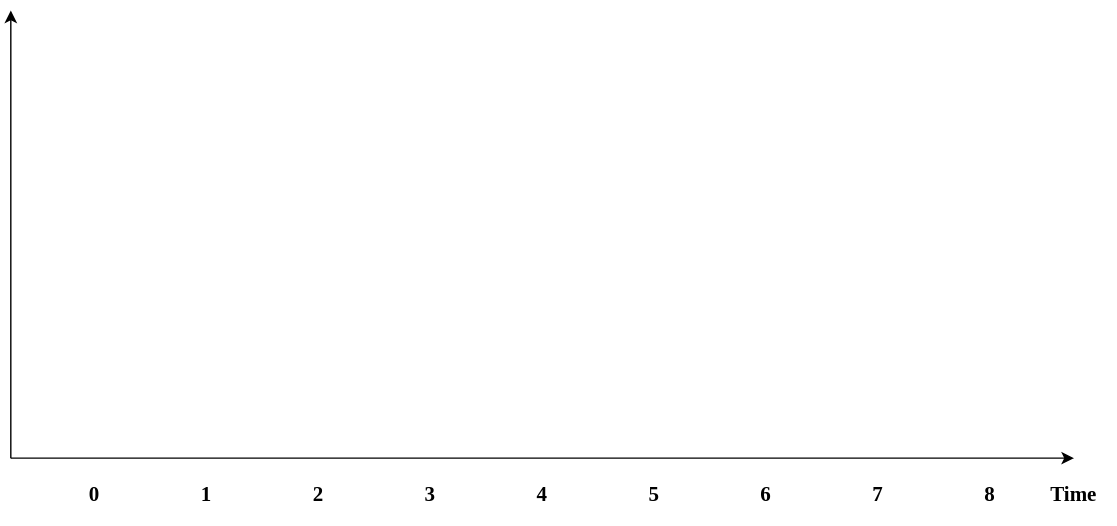
Earlier version of the draw.io export simulcast_temporal.svg (xiaosayin/c-educoder). Source tidied: cells renumbered, new cells last; positions are measured from the earlier drawing's top-left corner, leaving out a move shared by most shapes.
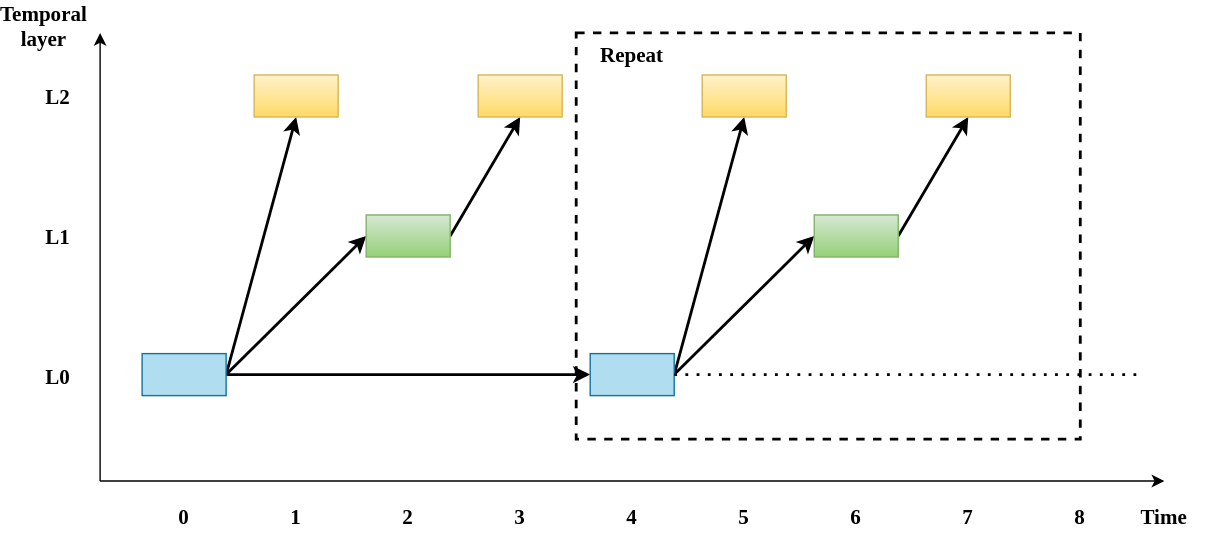
Later version of the same file.

Diff of the diagram source:
```diff
@@ -47,5 +47,73 @@
     <mxCell id="14" value="Time" style="text;html=1;strokeColor=none;fillColor=none;align=center;verticalAlign=middle;whiteSpace=wrap;rounded=0;fontFamily=Times New Roman;fontSize=15;fontColor=default;fontStyle=1;" parent="1" vertex="1">
       <mxGeometry x="730" y="330" width="60" height="30" as="geometry" />
     </mxCell>
+    <mxCell id="15" value="L0" style="text;html=1;strokeColor=none;fillColor=none;align=center;verticalAlign=middle;whiteSpace=wrap;rounded=0;fontFamily=Times New Roman;fontSize=15;fontColor=default;fontStyle=1;" parent="1" vertex="1">
+      <mxGeometry x="-60" y="230" width="60" height="30" as="geometry" />
+    </mxCell>
+    <mxCell id="16" value="L1" style="text;html=1;strokeColor=none;fillColor=none;align=center;verticalAlign=middle;whiteSpace=wrap;rounded=0;fontFamily=Times New Roman;fontSize=15;fontColor=default;fontStyle=1;" parent="1" vertex="1">
+      <mxGeometry x="-60" y="130" width="60" height="30" as="geometry" />
+    </mxCell>
+    <mxCell id="17" value="L2" style="text;html=1;strokeColor=none;fillColor=none;align=center;verticalAlign=middle;whiteSpace=wrap;rounded=0;fontFamily=Times New Roman;fontSize=15;fontColor=default;fontStyle=1;" parent="1" vertex="1">
+      <mxGeometry x="-60" y="30" width="60" height="30" as="geometry" />
+    </mxCell>
+    <mxCell id="18" value="&lt;b&gt;Temporal layer&lt;/b&gt;" style="text;html=1;strokeColor=none;fillColor=none;align=center;verticalAlign=middle;whiteSpace=wrap;rounded=0;fontFamily=Times New Roman;fontSize=15;fontColor=default;" parent="1" vertex="1">
+      <mxGeometry x="-70" y="-20" width="60" height="30" as="geometry" />
+    </mxCell>
+    <mxCell id="19" style="rounded=0;jettySize=auto;html=1;exitX=1;exitY=0.5;exitDx=0;exitDy=0;entryX=0.5;entryY=1;entryDx=0;entryDy=0;fontFamily=Times New Roman;fontSize=15;fontColor=default;strokeWidth=2;" parent="1" edge="1" source="22" target="23">
+      <mxGeometry relative="1" as="geometry" />
+    </mxCell>
+    <mxCell id="20" style="edgeStyle=none;rounded=0;jettySize=auto;html=1;exitX=1;exitY=0.5;exitDx=0;exitDy=0;entryX=0;entryY=0.5;entryDx=0;entryDy=0;strokeWidth=2;fontFamily=Times New Roman;fontSize=15;fontColor=default;" parent="1" edge="1" source="22" target="25">
+      <mxGeometry relative="1" as="geometry" />
+    </mxCell>
+    <mxCell id="21" style="edgeStyle=none;rounded=0;jettySize=auto;html=1;exitX=1;exitY=0.5;exitDx=0;exitDy=0;entryX=0;entryY=0.5;entryDx=0;entryDy=0;strokeWidth=2;fontFamily=Times New Roman;fontSize=15;fontColor=default;" parent="1" edge="1" source="22" target="29">
+      <mxGeometry relative="1" as="geometry" />
+    </mxCell>
+    <mxCell id="22" style="rounded=0;whiteSpace=wrap;html=1;fontFamily=Times New Roman;fontSize=15;fillColor=#b1ddf0;strokeColor=#10739e;" parent="1" vertex="1">
+      <mxGeometry x="30" y="229" width="60" height="30" as="geometry" />
+    </mxCell>
+    <mxCell id="23" style="rounded=0;whiteSpace=wrap;html=1;fontFamily=Times New Roman;fontSize=15;fillColor=#fff2cc;strokeColor=#d6b656;gradientColor=#ffd966;" parent="1" vertex="1">
+      <mxGeometry x="110" y="30" width="60" height="30" as="geometry" />
+    </mxCell>
+    <mxCell id="24" style="edgeStyle=none;rounded=0;jettySize=auto;html=1;exitX=1;exitY=0.5;exitDx=0;exitDy=0;entryX=0.5;entryY=1;entryDx=0;entryDy=0;strokeWidth=2;fontFamily=Times New Roman;fontSize=15;fontColor=default;" parent="1" edge="1" source="25" target="26">
+      <mxGeometry relative="1" as="geometry" />
+    </mxCell>
+    <mxCell id="25" style="rounded=0;whiteSpace=wrap;html=1;fontFamily=Times New Roman;fontSize=15;fillColor=#d5e8d4;strokeColor=#82b366;gradientColor=#97d077;" parent="1" vertex="1">
+      <mxGeometry x="190" y="130" width="60" height="30" as="geometry" />
+    </mxCell>
+    <mxCell id="26" style="rounded=0;whiteSpace=wrap;html=1;fontFamily=Times New Roman;fontSize=15;fillColor=#fff2cc;strokeColor=#d6b656;gradientColor=#ffd966;" parent="1" vertex="1">
+      <mxGeometry x="270" y="30" width="60" height="30" as="geometry" />
+    </mxCell>
+    <mxCell id="27" style="rounded=0;jettySize=auto;html=1;exitX=1;exitY=0.5;exitDx=0;exitDy=0;entryX=0.5;entryY=1;entryDx=0;entryDy=0;fontFamily=Times New Roman;fontSize=15;fontColor=default;strokeWidth=2;" parent="1" edge="1" source="29" target="30">
+      <mxGeometry relative="1" as="geometry" />
+    </mxCell>
+    <mxCell id="28" style="edgeStyle=none;rounded=0;jettySize=auto;html=1;exitX=1;exitY=0.5;exitDx=0;exitDy=0;entryX=0;entryY=0.5;entryDx=0;entryDy=0;strokeWidth=2;fontFamily=Times New Roman;fontSize=15;fontColor=default;" parent="1" edge="1" source="29" target="32">
+      <mxGeometry relative="1" as="geometry" />
+    </mxCell>
+    <mxCell id="29" style="rounded=0;whiteSpace=wrap;html=1;fontFamily=Times New Roman;fontSize=15;fillColor=#b1ddf0;strokeColor=#10739e;" parent="1" vertex="1">
+      <mxGeometry x="350" y="229" width="60" height="30" as="geometry" />
+    </mxCell>
+    <mxCell id="30" style="rounded=0;whiteSpace=wrap;html=1;fontFamily=Times New Roman;fontSize=15;fillColor=#fff2cc;strokeColor=#d6b656;gradientColor=#ffd966;" parent="1" vertex="1">
+      <mxGeometry x="430" y="30" width="60" height="30" as="geometry" />
+    </mxCell>
+    <mxCell id="31" style="edgeStyle=none;rounded=0;jettySize=auto;html=1;exitX=1;exitY=0.5;exitDx=0;exitDy=0;entryX=0.5;entryY=1;entryDx=0;entryDy=0;strokeWidth=2;fontFamily=Times New Roman;fontSize=15;fontColor=default;" parent="1" edge="1" source="32" target="33">
+      <mxGeometry relative="1" as="geometry" />
+    </mxCell>
+    <mxCell id="32" style="rounded=0;whiteSpace=wrap;html=1;fontFamily=Times New Roman;fontSize=15;fillColor=#d5e8d4;strokeColor=#82b366;gradientColor=#97d077;" parent="1" vertex="1">
+      <mxGeometry x="510" y="130" width="60" height="30" as="geometry" />
+    </mxCell>
+    <mxCell id="33" style="rounded=0;whiteSpace=wrap;html=1;fontFamily=Times New Roman;fontSize=15;fillColor=#fff2cc;strokeColor=#d6b656;gradientColor=#ffd966;" parent="1" vertex="1">
+      <mxGeometry x="590" y="30" width="60" height="30" as="geometry" />
+    </mxCell>
+    <mxCell id="34" style="rounded=0;whiteSpace=wrap;html=1;fontFamily=Times New Roman;fontSize=15;fontColor=default;fillColor=none;gradientColor=none;dashed=1;strokeWidth=2;" parent="1" vertex="1">
+      <mxGeometry x="340" width="360" height="290" as="geometry" />
+    </mxCell>
+    <mxCell id="35" value="&lt;b&gt;Repeat&lt;/b&gt;" style="text;html=1;strokeColor=none;fillColor=none;align=center;verticalAlign=middle;whiteSpace=wrap;rounded=0;fontFamily=Times New Roman;fontSize=15;fontColor=default;" parent="1" vertex="1">
+      <mxGeometry x="350" width="60" height="30" as="geometry" />
+    </mxCell>
+    <mxCell id="36" style="endArrow=none;dashed=1;html=1;dashPattern=1 3;strokeWidth=2;rounded=0;fontFamily=Times New Roman;fontSize=15;fontColor=default;exitX=1;exitY=0.5;exitDx=0;exitDy=0;" parent="1" edge="1" source="29">
+      <mxGeometry relative="1" as="geometry">
+        <mxPoint x="740" y="244" as="targetPoint" />
+      </mxGeometry>
+    </mxCell>
   </root>
 </mxGraphModel>
```
